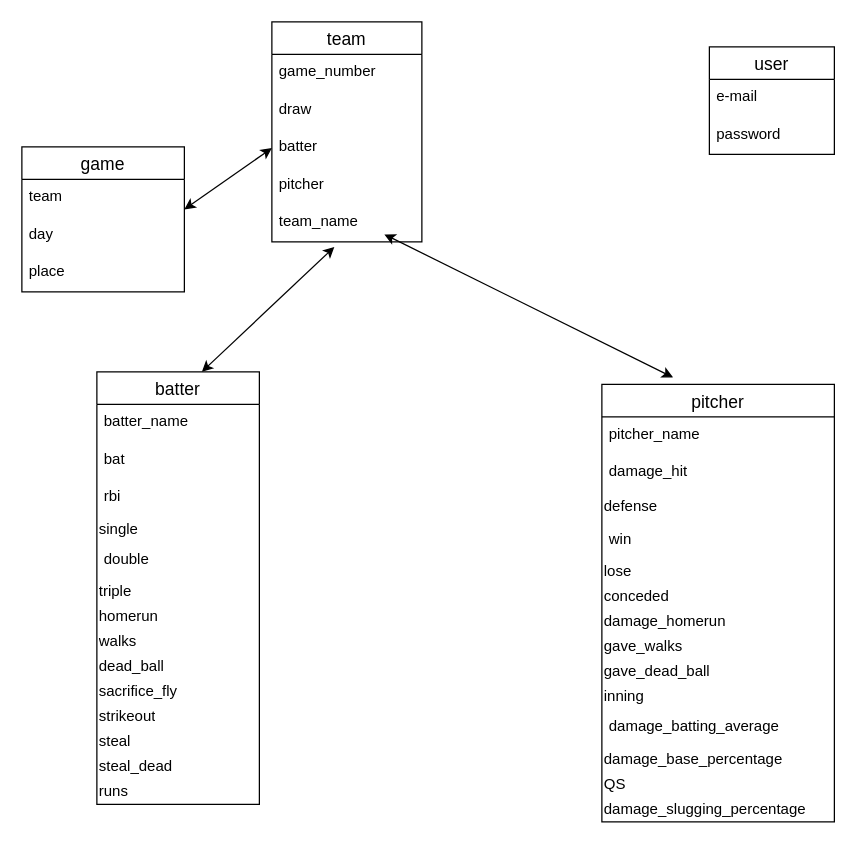
Above: test.dio in taiki365/original (draw.io), before the change. Source tidied: cells renumbered, new cells numbered last; positions are measured from the earlier drawing's top-left corner, leaving out a move shared by most shapes. Both pictures are drawn from the tidied source at 125%, with x=0, y=0 at pixel (21, 21).
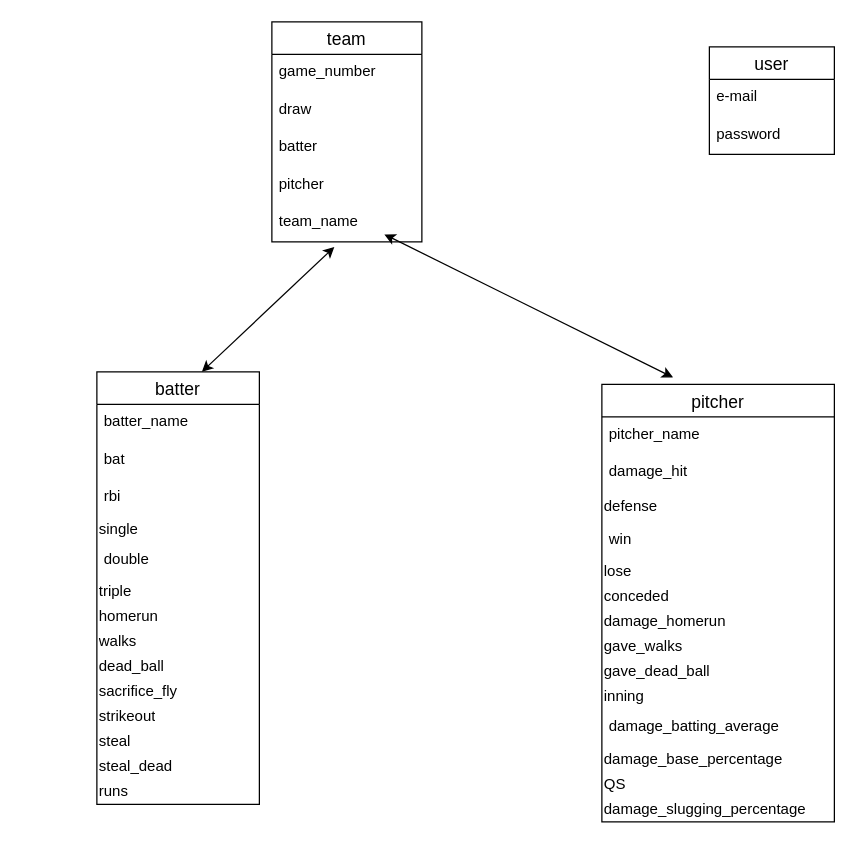
The same page after the edit.

Unchanged cells that the change refers to:
```xml
<mxCell id="27" value="batter" style="text;strokeColor=none;fillColor=none;spacingLeft=4;spacingRight=4;overflow=hidden;points=[[0,0.5],[1,0.5]];portConstraint=eastwest;fontSize=12;" parent="24" vertex="1">
  <mxGeometry y="86" width="120" height="30" as="geometry" />
</mxCell>
```

Change to the diagram source:
```diff
@@
-    <mxCell id="17" value="game" style="swimlane;fontStyle=0;horizontal=1;startSize=26;align=center;fontSize=14;" parent="1" vertex="1">
-      <mxGeometry y="100" width="130" height="116" as="geometry" />
-    </mxCell>
-    <mxCell id="18" value="team" style="text;strokeColor=none;fillColor=none;spacingLeft=4;spacingRight=4;overflow=hidden;fontSize=12;" parent="17" vertex="1">
-      <mxGeometry y="26" width="130" height="30" as="geometry" />
-    </mxCell>
-    <mxCell id="19" value="day" style="text;strokeColor=none;fillColor=none;spacingLeft=4;spacingRight=4;overflow=hidden;fontSize=12;" parent="17" vertex="1">
-      <mxGeometry y="56" width="130" height="30" as="geometry" />
-    </mxCell>
-    <mxCell id="20" value="place" style="text;strokeColor=none;fillColor=none;spacingLeft=4;spacingRight=4;overflow=hidden;fontSize=12;" parent="17" vertex="1">
-      <mxGeometry y="86" width="130" height="30" as="geometry" />
-    </mxCell>
@@
-    <mxCell id="47" style="endArrow=classic;startArrow=classic;html=1;entryX=0;entryY=0.5;entryDx=0;entryDy=0;" parent="1" edge="1" target="27">
-      <mxGeometry relative="1" as="geometry">
-        <mxPoint x="130" y="150" as="sourcePoint" />
-      </mxGeometry>
-    </mxCell>
```
